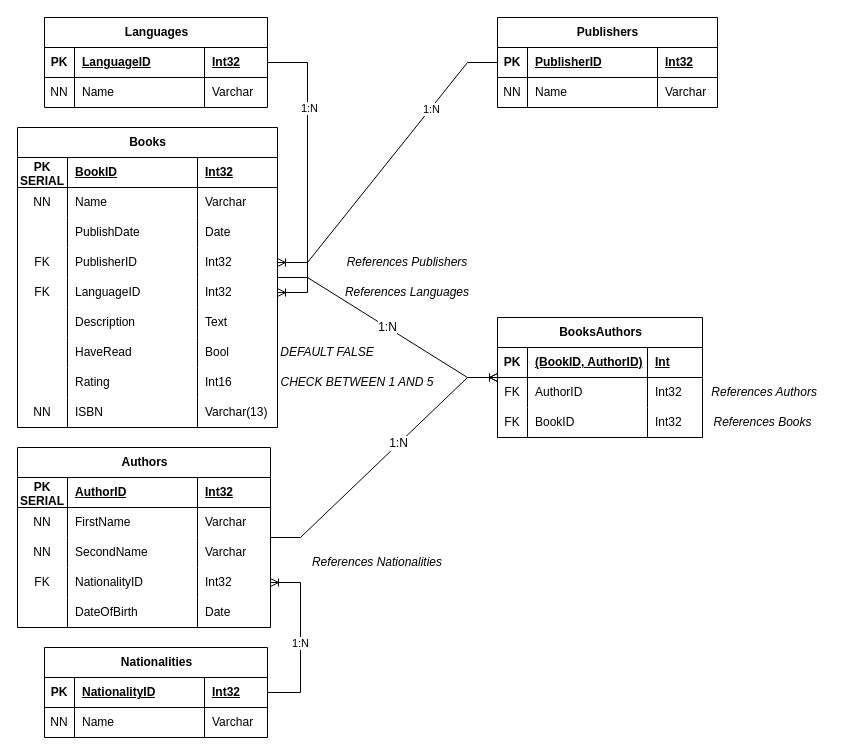
Above: navrhy/DB navrh - elektlabs.drawio in MatyasBalcar/elektlabs-staz (draw.io), before the change. Source tidied: cells renumbered, new cells numbered last; positions are measured from the earlier drawing's top-left corner, leaving out a move shared by most shapes. Both pictures are drawn from the tidied source at 100%, with x=0, y=0 at pixel (17, 17).
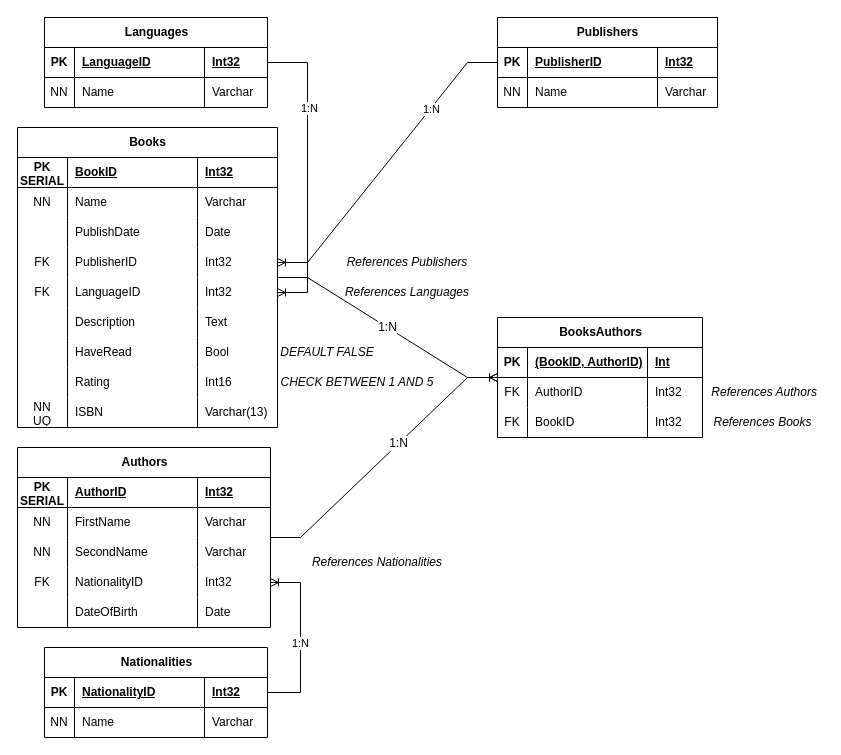
The same diagram, later.

Commit message:
add UNIQUE to ISBN in books

The change refers to these unchanged cells:
```xml
<mxCell id="35" style="shape=tableRow;horizontal=0;startSize=0;swimlaneHead=0;swimlaneBody=0;fillColor=none;top=0;left=0;right=0;bottom=0;rounded=0;" parent="2" vertex="1">
  <mxGeometry y="270" width="260" height="30" as="geometry" />
</mxCell>
```

Change to the diagram source:
```diff
@@
-    <mxCell id="36" value="NN" style="shape=partialRectangle;fillColor=none;top=0;left=0;bottom=0;right=0;overflow=hidden;whiteSpace=wrap;html=1;rounded=0;" parent="35" vertex="1">
+    <mxCell id="36" value="NN&lt;div&gt;UQ&lt;/div&gt;" style="shape=partialRectangle;fillColor=none;top=0;left=0;bottom=0;right=0;overflow=hidden;whiteSpace=wrap;html=1;rounded=0;" parent="35" vertex="1">
       <mxGeometry width="50" height="30" as="geometry" />
     </mxCell>
```
